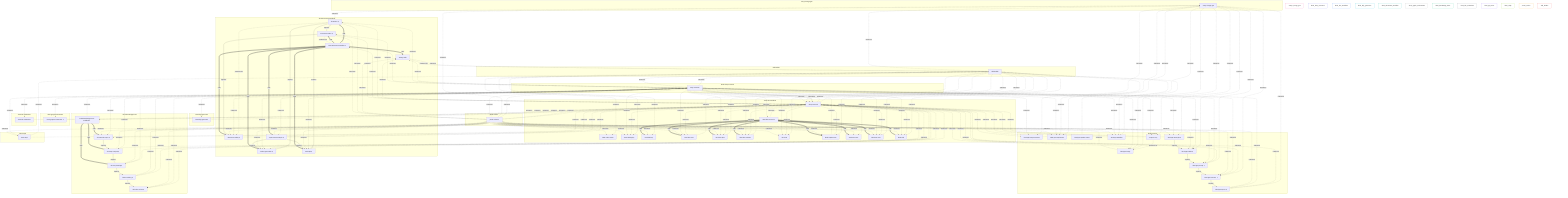
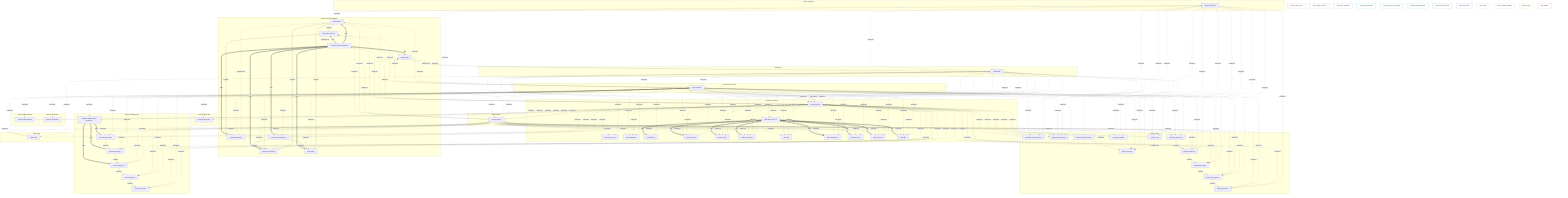
%% Skills Graph — auto-generated from skills-graph.json
%% Generated by scripts/build-graph/visualize-graph.py

graph TD
  subgraph "baoyu-image-gen"
    baoyu_image_gen_baoyu_image_gen["baoyu-image-gen"]
    style baoyu_image_gen fill:none,stroke:#ec4899
  end

  subgraph "ideal-deep-research"
    ideal_deep_research_deep_research["deep-research"]
    style ideal_deep_research fill:none,stroke:#6366f1
  end

  subgraph "ideal-dev-workflow"
    ideal_dev_workflow_ideal_code_review["ideal-code-review"]
    ideal_dev_workflow_ideal_debugging["ideal-debugging"]
    ideal_dev_workflow_deep_research["deep-research"]
    ideal_dev_workflow_ideal_delivery["ideal-delivery"]
    ideal_dev_workflow_ideal_dev_exec["ideal-dev-exec"]
    ideal_dev_workflow_ideal_dev_plan["ideal-dev-plan"]
    ideal_dev_workflow_ideal_dev_solution["ideal-dev-solution"]
    ideal_dev_workflow_ideal_flow_control["ideal-flow-control ⚙"]
    ideal_dev_workflow_ideal_init["ideal-init"]
    ideal_dev_workflow_ideal_requirement["ideal-requirement"]
    ideal_dev_workflow_ideal_test_case["ideal-test-case"]
    ideal_dev_workflow_ideal_test_exec["ideal-test-exec"]
    ideal_dev_workflow_ideal_wiki["ideal-wiki"]
    style ideal_dev_workflow fill:none,stroke:#3b82f6
  end

  subgraph "ideal-dify-generator"
    ideal_dify_generator_ideal_dify_generator["ideal-dify-generator"]
    style ideal_dify_generator fill:none,stroke:#06b6d4
  end

  subgraph "ideal-document-workflow"
    ideal_document_workflow_document_render["document-render ◆"]
    ideal_document_workflow_document_writing["document-writing ◆"]
    ideal_document_workflow_ideal_document_workflow["ideal-document-workflow ⚙"]
    ideal_document_workflow_illustration["illustration ◆"]
    ideal_document_workflow_outline_generation["outline-generation ◆"]
    ideal_document_workflow_requirement_analysis["requirement-analysis ◆"]
    ideal_document_workflow_task_split["task-split ◆"]
    ideal_document_workflow_writing_skills["writing-skills"]
    style ideal_document_workflow fill:none,stroke:#14b8a6
  end

-   subgraph "ideal-graph-orchestrator"
-     ideal_graph_orchestrator_ideal_graph_orchestrator["ideal-graph-orchestrator ⚙"]
-     style ideal_graph_orchestrator fill:none,stroke:#999999
-   end
- 
  subgraph "ideal-knowledge-base"
    ideal_knowledge_base_build_knowledge_base_workflow["build-knowledge-base-workflow ⚙"]
    ideal_knowledge_base_kb_deep_analysis["kb-deep-analysis ◆"]
    ideal_knowledge_base_kb_doc_planning["kb-doc-planning ◆"]
    ideal_knowledge_base_kb_doc_writing["kb-doc-writing ◆"]
    ideal_knowledge_base_kb_index_review["kb-index-review ◆"]
    ideal_knowledge_base_kb_material_scope["kb-material-scope ◆"]
    style ideal_knowledge_base fill:none,stroke:#10b981
  end

  subgraph "ideal-lab-maintainer"
    ideal_lab_maintainer_ideal_lab_maintainer["ideal-lab-maintainer"]
    style ideal_lab_maintainer fill:none,stroke:#6b7280
  end

  subgraph "ideal-ppt-suite"
    ideal_ppt_suite_ideal_ppt_executor["ideal-ppt-executor ◆"]
    ideal_ppt_suite_ideal_ppt_export["ideal-ppt-export ◆"]
    ideal_ppt_suite_ideal_ppt_image["ideal-ppt-image"]
    ideal_ppt_suite_ideal_ppt_image_executor["ideal-ppt-image-executor"]
    ideal_ppt_suite_ideal_ppt_outline["ideal-ppt-outline ◆"]
    ideal_ppt_suite_ideal_ppt_prompt["ideal-ppt-prompt ◆"]
    ideal_ppt_suite_ideal_ppt_requirement["ideal-ppt-requirement"]
    ideal_ppt_suite_ideal_ppt_speaker_notes["ideal-ppt-speaker-notes"]
    ideal_ppt_suite_ideal_ppt_strategist["ideal-ppt-strategist ◆"]
    ideal_ppt_suite_ideal_ppt_workflow["ideal-ppt-workflow"]
    ideal_ppt_suite_image_to_svg["image-to-svg"]
    style ideal_ppt_suite fill:none,stroke:#8b5cf6
  end

  subgraph "ideal-ralph"
    ideal_ralph_ideal_ralph["ideal-ralph"]
    style ideal_ralph fill:none,stroke:#84cc16
+   end
+ 
+   subgraph "ideal-workflow-builder"
+     ideal_workflow_builder_ideal_workflow_builder["ideal-workflow-builder"]
+     style ideal_workflow_builder fill:none,stroke:#999999
  end

  subgraph "panel-review"
    panel_review_panel_review["panel-review ⚙"]
    style panel_review fill:none,stroke:#f59e0b
  end

  subgraph "skill-builder"
    skill_builder_skill_builder["skill-builder"]
    style skill_builder fill:none,stroke:#ef4444
  end

  ideal_dev_workflow_ideal_flow_control ==>|calls| ideal_dev_workflow_ideal_delivery
  ideal_dev_workflow_ideal_flow_control ==>|calls| ideal_dev_workflow_ideal_dev_exec
  ideal_dev_workflow_ideal_flow_control ==>|calls| ideal_dev_workflow_ideal_dev_plan
  ideal_dev_workflow_ideal_flow_control ==>|calls| ideal_dev_workflow_ideal_dev_solution
  ideal_dev_workflow_ideal_flow_control ==>|calls| ideal_dev_workflow_ideal_requirement
  ideal_dev_workflow_ideal_flow_control ==>|calls| ideal_dev_workflow_ideal_test_case
  ideal_dev_workflow_ideal_flow_control ==>|calls| ideal_dev_workflow_ideal_test_exec
  ideal_dev_workflow_ideal_flow_control ==>|calls| ideal_dev_workflow_ideal_wiki
  ideal_document_workflow_ideal_document_workflow ==>|calls| ideal_document_workflow_document_render
  ideal_document_workflow_ideal_document_workflow ==>|calls| ideal_document_workflow_document_writing
  ideal_document_workflow_ideal_document_workflow ==>|calls| ideal_document_workflow_illustration
  ideal_document_workflow_ideal_document_workflow ==>|calls| ideal_document_workflow_outline_generation
  ideal_document_workflow_ideal_document_workflow ==>|calls| ideal_document_workflow_requirement_analysis
  ideal_document_workflow_ideal_document_workflow ==>|calls| ideal_document_workflow_task_split
  ideal_document_workflow_ideal_document_workflow ==>|calls| ideal_document_workflow_writing_skills
  ideal_knowledge_base_build_knowledge_base_workflow ==>|calls| ideal_knowledge_base_kb_deep_analysis
  ideal_knowledge_base_build_knowledge_base_workflow ==>|calls| ideal_knowledge_base_kb_doc_planning
  ideal_knowledge_base_build_knowledge_base_workflow ==>|calls| ideal_knowledge_base_kb_material_scope
  ideal_knowledge_base_kb_material_scope -->|requires| ideal_knowledge_base_kb_deep_analysis
  ideal_knowledge_base_kb_deep_analysis -->|requires| ideal_knowledge_base_kb_doc_planning
  ideal_knowledge_base_kb_doc_planning -->|requires| ideal_knowledge_base_kb_doc_writing
  ideal_knowledge_base_kb_doc_writing -->|requires| ideal_knowledge_base_kb_index_review
  ideal_ppt_suite_ideal_ppt_strategist -->|requires| ideal_ppt_suite_ideal_ppt_outline
  ideal_ppt_suite_ideal_ppt_outline -->|requires| ideal_ppt_suite_ideal_ppt_prompt
  ideal_ppt_suite_ideal_ppt_prompt -->|requires| ideal_ppt_suite_ideal_ppt_executor
  ideal_ppt_suite_ideal_ppt_executor -->|requires| ideal_ppt_suite_ideal_ppt_export
  ideal_document_workflow_requirement_analysis -->|requires| ideal_document_workflow_outline_generation
  ideal_document_workflow_requirement_analysis -->|requires| ideal_document_workflow_task_split
  ideal_document_workflow_outline_generation -->|requires| ideal_document_workflow_illustration
  ideal_document_workflow_task_split -->|requires| ideal_document_workflow_illustration
  ideal_document_workflow_illustration -->|requires| ideal_document_workflow_document_render
  ideal_document_workflow_document_render -->|requires| ideal_document_workflow_document_writing
  panel_review_panel_review -.->|enhances| baoyu_image_gen_baoyu_image_gen
  panel_review_panel_review -.->|enhances| ideal_deep_research_deep_research
  panel_review_panel_review -.->|enhances| ideal_dev_workflow_ideal_code_review
  panel_review_panel_review -.->|enhances| ideal_dev_workflow_ideal_debugging
  panel_review_panel_review -.->|enhances| ideal_dev_workflow_deep_research
  panel_review_panel_review -.->|enhances| ideal_dev_workflow_ideal_delivery
  panel_review_panel_review -.->|enhances| ideal_dev_workflow_ideal_dev_exec
  panel_review_panel_review -.->|enhances| ideal_dev_workflow_ideal_dev_plan
  panel_review_panel_review -.->|enhances| ideal_dev_workflow_ideal_dev_solution
  panel_review_panel_review -.->|enhances| ideal_dev_workflow_ideal_init
  panel_review_panel_review -.->|enhances| ideal_dev_workflow_ideal_requirement
  panel_review_panel_review -.->|enhances| ideal_dev_workflow_ideal_test_case
  panel_review_panel_review -.->|enhances| ideal_dev_workflow_ideal_test_exec
  panel_review_panel_review -.->|enhances| ideal_dev_workflow_ideal_wiki
  panel_review_panel_review -.->|enhances| ideal_document_workflow_document_render
  panel_review_panel_review -.->|enhances| ideal_document_workflow_document_writing
  panel_review_panel_review -.->|enhances| ideal_document_workflow_illustration
  panel_review_panel_review -.->|enhances| ideal_document_workflow_outline_generation
  panel_review_panel_review -.->|enhances| ideal_document_workflow_requirement_analysis
  panel_review_panel_review -.->|enhances| ideal_document_workflow_task_split
  panel_review_panel_review -.->|enhances| ideal_document_workflow_writing_skills
  panel_review_panel_review -.->|enhances| ideal_knowledge_base_kb_deep_analysis
  panel_review_panel_review -.->|enhances| ideal_knowledge_base_kb_doc_planning
  panel_review_panel_review -.->|enhances| ideal_knowledge_base_kb_doc_writing
  panel_review_panel_review -.->|enhances| ideal_knowledge_base_kb_index_review
  panel_review_panel_review -.->|enhances| ideal_knowledge_base_kb_material_scope
  panel_review_panel_review -.->|enhances| ideal_ppt_suite_ideal_ppt_executor
  panel_review_panel_review -.->|enhances| ideal_ppt_suite_ideal_ppt_export
  panel_review_panel_review -.->|enhances| ideal_ppt_suite_ideal_ppt_image
  panel_review_panel_review -.->|enhances| ideal_ppt_suite_ideal_ppt_outline
  panel_review_panel_review -.->|enhances| ideal_ppt_suite_ideal_ppt_prompt
  panel_review_panel_review -.->|enhances| ideal_ppt_suite_ideal_ppt_requirement
  panel_review_panel_review -.->|enhances| ideal_ppt_suite_ideal_ppt_strategist
  panel_review_panel_review -.->|enhances| ideal_ppt_suite_ideal_ppt_workflow
  panel_review_panel_review -.->|enhances| ideal_ralph_ideal_ralph
  ideal_deep_research_deep_research -.->|enhances| ideal_dev_workflow_ideal_debugging
  ideal_deep_research_deep_research -.->|enhances| ideal_dev_workflow_deep_research
  ideal_deep_research_deep_research -.->|enhances| ideal_dev_workflow_ideal_dev_exec
  ideal_deep_research_deep_research -.->|enhances| ideal_dev_workflow_ideal_dev_plan
  ideal_deep_research_deep_research -.->|enhances| ideal_dev_workflow_ideal_dev_solution
  ideal_deep_research_deep_research -.->|enhances| ideal_dev_workflow_ideal_flow_control
  ideal_deep_research_deep_research -.->|enhances| ideal_dev_workflow_ideal_init
  ideal_deep_research_deep_research -.->|enhances| ideal_dev_workflow_ideal_requirement
  ideal_deep_research_deep_research -.->|enhances| ideal_dev_workflow_ideal_test_exec
  ideal_deep_research_deep_research -.->|enhances| ideal_dev_workflow_ideal_wiki
  ideal_deep_research_deep_research -.->|enhances| ideal_dify_generator_ideal_dify_generator
  ideal_deep_research_deep_research -.->|enhances| ideal_document_workflow_document_render
  ideal_deep_research_deep_research -.->|enhances| ideal_document_workflow_document_writing
  ideal_deep_research_deep_research -.->|enhances| ideal_document_workflow_ideal_document_workflow
  ideal_deep_research_deep_research -.->|enhances| ideal_document_workflow_illustration
  ideal_deep_research_deep_research -.->|enhances| ideal_document_workflow_outline_generation
  ideal_deep_research_deep_research -.->|enhances| ideal_document_workflow_requirement_analysis
  ideal_deep_research_deep_research -.->|enhances| ideal_document_workflow_task_split
  ideal_deep_research_deep_research -.->|enhances| ideal_document_workflow_writing_skills
-   ideal_deep_research_deep_research -.->|enhances| ideal_graph_orchestrator_ideal_graph_orchestrator
  ideal_deep_research_deep_research -.->|enhances| ideal_knowledge_base_build_knowledge_base_workflow
  ideal_deep_research_deep_research -.->|enhances| ideal_knowledge_base_kb_deep_analysis
  ideal_deep_research_deep_research -.->|enhances| ideal_knowledge_base_kb_doc_planning
  ideal_deep_research_deep_research -.->|enhances| ideal_knowledge_base_kb_doc_writing
  ideal_deep_research_deep_research -.->|enhances| ideal_knowledge_base_kb_index_review
  ideal_deep_research_deep_research -.->|enhances| ideal_knowledge_base_kb_material_scope
  ideal_deep_research_deep_research -.->|enhances| ideal_lab_maintainer_ideal_lab_maintainer
  ideal_deep_research_deep_research -.->|enhances| ideal_ppt_suite_ideal_ppt_executor
  ideal_deep_research_deep_research -.->|enhances| ideal_ppt_suite_ideal_ppt_export
  ideal_deep_research_deep_research -.->|enhances| ideal_ppt_suite_ideal_ppt_image
  ideal_deep_research_deep_research -.->|enhances| ideal_ppt_suite_ideal_ppt_image_executor
  ideal_deep_research_deep_research -.->|enhances| ideal_ppt_suite_ideal_ppt_outline
  ideal_deep_research_deep_research -.->|enhances| ideal_ppt_suite_ideal_ppt_prompt
  ideal_deep_research_deep_research -.->|enhances| ideal_ppt_suite_ideal_ppt_requirement
  ideal_deep_research_deep_research -.->|enhances| ideal_ppt_suite_ideal_ppt_strategist
  ideal_deep_research_deep_research -.->|enhances| ideal_ppt_suite_ideal_ppt_workflow
  ideal_deep_research_deep_research -.->|enhances| ideal_ppt_suite_image_to_svg
  ideal_deep_research_deep_research -.->|enhances| ideal_ralph_ideal_ralph
+   ideal_deep_research_deep_research -.->|enhances| ideal_workflow_builder_ideal_workflow_builder
  ideal_deep_research_deep_research -.->|enhances| panel_review_panel_review
  ideal_deep_research_deep_research -.->|enhances| skill_builder_skill_builder
  ideal_dev_workflow_deep_research -.->|enhances| ideal_deep_research_deep_research
  ideal_dev_workflow_deep_research -.->|enhances| ideal_dev_workflow_ideal_debugging
  ideal_dev_workflow_deep_research -.->|enhances| ideal_dev_workflow_ideal_dev_exec
  ideal_dev_workflow_deep_research -.->|enhances| ideal_dev_workflow_ideal_dev_plan
  ideal_dev_workflow_deep_research -.->|enhances| ideal_dev_workflow_ideal_dev_solution
  ideal_dev_workflow_deep_research -.->|enhances| ideal_dev_workflow_ideal_flow_control
  ideal_dev_workflow_deep_research -.->|enhances| ideal_dev_workflow_ideal_init
  ideal_dev_workflow_deep_research -.->|enhances| ideal_dev_workflow_ideal_requirement
  ideal_dev_workflow_deep_research -.->|enhances| ideal_dev_workflow_ideal_test_exec
  ideal_dev_workflow_deep_research -.->|enhances| ideal_dev_workflow_ideal_wiki
  ideal_dev_workflow_deep_research -.->|enhances| ideal_dify_generator_ideal_dify_generator
  ideal_dev_workflow_deep_research -.->|enhances| ideal_document_workflow_document_render
  ideal_dev_workflow_deep_research -.->|enhances| ideal_document_workflow_document_writing
  ideal_dev_workflow_deep_research -.->|enhances| ideal_document_workflow_ideal_document_workflow
  ideal_dev_workflow_deep_research -.->|enhances| ideal_document_workflow_illustration
  ideal_dev_workflow_deep_research -.->|enhances| ideal_document_workflow_outline_generation
  ideal_dev_workflow_deep_research -.->|enhances| ideal_document_workflow_requirement_analysis
  ideal_dev_workflow_deep_research -.->|enhances| ideal_document_workflow_task_split
  ideal_dev_workflow_deep_research -.->|enhances| ideal_document_workflow_writing_skills
-   ideal_dev_workflow_deep_research -.->|enhances| ideal_graph_orchestrator_ideal_graph_orchestrator
  ideal_dev_workflow_deep_research -.->|enhances| ideal_knowledge_base_build_knowledge_base_workflow
  ideal_dev_workflow_deep_research -.->|enhances| ideal_knowledge_base_kb_deep_analysis
  ideal_dev_workflow_deep_research -.->|enhances| ideal_knowledge_base_kb_doc_planning
  ideal_dev_workflow_deep_research -.->|enhances| ideal_knowledge_base_kb_doc_writing
  ideal_dev_workflow_deep_research -.->|enhances| ideal_knowledge_base_kb_index_review
  ideal_dev_workflow_deep_research -.->|enhances| ideal_knowledge_base_kb_material_scope
  ideal_dev_workflow_deep_research -.->|enhances| ideal_lab_maintainer_ideal_lab_maintainer
  ideal_dev_workflow_deep_research -.->|enhances| ideal_ppt_suite_ideal_ppt_executor
  ideal_dev_workflow_deep_research -.->|enhances| ideal_ppt_suite_ideal_ppt_export
  ideal_dev_workflow_deep_research -.->|enhances| ideal_ppt_suite_ideal_ppt_image
  ideal_dev_workflow_deep_research -.->|enhances| ideal_ppt_suite_ideal_ppt_image_executor
  ideal_dev_workflow_deep_research -.->|enhances| ideal_ppt_suite_ideal_ppt_outline
  ideal_dev_workflow_deep_research -.->|enhances| ideal_ppt_suite_ideal_ppt_prompt
  ideal_dev_workflow_deep_research -.->|enhances| ideal_ppt_suite_ideal_ppt_requirement
  ideal_dev_workflow_deep_research -.->|enhances| ideal_ppt_suite_ideal_ppt_strategist
  ideal_dev_workflow_deep_research -.->|enhances| ideal_ppt_suite_ideal_ppt_workflow
  ideal_dev_workflow_deep_research -.->|enhances| ideal_ppt_suite_image_to_svg
  ideal_dev_workflow_deep_research -.->|enhances| ideal_ralph_ideal_ralph
+   ideal_dev_workflow_deep_research -.->|enhances| ideal_workflow_builder_ideal_workflow_builder
  ideal_dev_workflow_deep_research -.->|enhances| panel_review_panel_review
  ideal_dev_workflow_deep_research -.->|enhances| skill_builder_skill_builder
  skill_builder_skill_builder -.->|enhances| baoyu_image_gen_baoyu_image_gen
  skill_builder_skill_builder -.->|enhances| ideal_deep_research_deep_research
  skill_builder_skill_builder -.->|enhances| ideal_dev_workflow_ideal_code_review
  skill_builder_skill_builder -.->|enhances| ideal_dev_workflow_ideal_debugging
  skill_builder_skill_builder -.->|enhances| ideal_dev_workflow_deep_research
  skill_builder_skill_builder -.->|enhances| ideal_dev_workflow_ideal_delivery
  skill_builder_skill_builder -.->|enhances| ideal_dev_workflow_ideal_dev_exec
  skill_builder_skill_builder -.->|enhances| ideal_dev_workflow_ideal_dev_plan
  skill_builder_skill_builder -.->|enhances| ideal_dev_workflow_ideal_dev_solution
  skill_builder_skill_builder -.->|enhances| ideal_dev_workflow_ideal_init
  skill_builder_skill_builder -.->|enhances| ideal_dev_workflow_ideal_requirement
  skill_builder_skill_builder -.->|enhances| ideal_dev_workflow_ideal_test_case
  skill_builder_skill_builder -.->|enhances| ideal_dev_workflow_ideal_test_exec
  skill_builder_skill_builder -.->|enhances| ideal_dev_workflow_ideal_wiki
  skill_builder_skill_builder -.->|enhances| ideal_document_workflow_writing_skills
  skill_builder_skill_builder -.->|enhances| ideal_ppt_suite_ideal_ppt_image
  skill_builder_skill_builder -.->|enhances| ideal_ppt_suite_ideal_ppt_requirement
  skill_builder_skill_builder -.->|enhances| ideal_ppt_suite_ideal_ppt_workflow
  skill_builder_skill_builder -.->|enhances| ideal_ralph_ideal_ralph
  baoyu_image_gen_baoyu_image_gen -.->|enhances| ideal_document_workflow_illustration
  baoyu_image_gen_baoyu_image_gen -.->|enhances| ideal_ppt_suite_ideal_ppt_executor
  baoyu_image_gen_baoyu_image_gen -.->|enhances| ideal_ppt_suite_ideal_ppt_export
  baoyu_image_gen_baoyu_image_gen -.->|enhances| ideal_ppt_suite_ideal_ppt_image
  baoyu_image_gen_baoyu_image_gen -.->|enhances| ideal_ppt_suite_ideal_ppt_image_executor
  baoyu_image_gen_baoyu_image_gen -.->|enhances| ideal_ppt_suite_ideal_ppt_outline
  baoyu_image_gen_baoyu_image_gen -.->|enhances| ideal_ppt_suite_ideal_ppt_prompt
  baoyu_image_gen_baoyu_image_gen -.->|enhances| ideal_ppt_suite_ideal_ppt_requirement
  baoyu_image_gen_baoyu_image_gen -.->|enhances| ideal_ppt_suite_ideal_ppt_speaker_notes
  baoyu_image_gen_baoyu_image_gen -.->|enhances| ideal_ppt_suite_ideal_ppt_strategist
  baoyu_image_gen_baoyu_image_gen -.->|enhances| ideal_ppt_suite_ideal_ppt_workflow
  baoyu_image_gen_baoyu_image_gen -.->|enhances| ideal_ppt_suite_image_to_svg
  ideal_deep_research_deep_research <-->|alternative| ideal_dev_workflow_deep_research
  ideal_document_workflow_document_render -.->|produces for| ideal_document_workflow_ideal_document_workflow
  ideal_document_workflow_illustration -.->|produces for| ideal_document_workflow_document_writing
  ideal_document_workflow_writing_skills -.->|produces for| skill_builder_skill_builder
  ideal_ppt_suite_image_to_svg -.->|produces for| ideal_ppt_suite_ideal_ppt_image

  %% Legend
  %% -->  : prerequisite (A must run before B)
  %% ==>  : embeds (A spawns B)
  %% -.-> : enhancement / produces_for (A improves/feeds B)
  %% <--> : alternative (A and B are interchangeable)